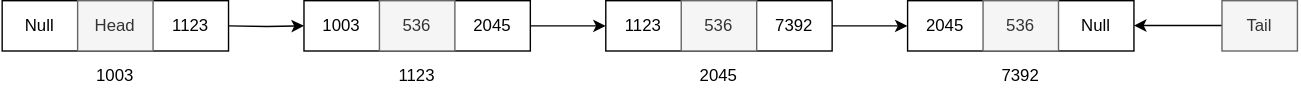
Above: images/linked list/Doubly Linked List.svg in DeekshaPhaneendraReddyUmmadi/Data-Structures-And-Algorithms (draw.io), before the change. Source tidied: cells renumbered, new cells last; positions are measured from the earlier drawing's top-left corner, leaving out a move shared by most shapes.
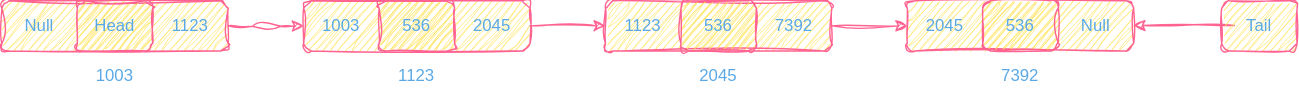
The same file after the commit.

Change to the diagram source:
```diff
@@ -2,90 +2,90 @@
   <root>
     <mxCell id="0" />
     <mxCell id="1" parent="0" />
-    <mxCell id="2" style="rounded=0;whiteSpace=wrap;html=1;" parent="1" vertex="1">
+    <mxCell id="2" style="rounded=1;whiteSpace=wrap;html=1;sketch=1;curveFitting=1;jiggle=2;labelBackgroundColor=none;fillColor=#FFE45E;strokeColor=#FF6392;fontColor=#5AA9E6;" parent="1" vertex="1">
       <mxGeometry width="162" height="36" as="geometry" />
     </mxCell>
-    <mxCell id="3" value="Head" style="text;html=1;align=center;verticalAlign=middle;whiteSpace=wrap;rounded=0;fillColor=#f5f5f5;fontColor=#333333;strokeColor=#666666;" parent="1" vertex="1">
+    <mxCell id="3" value="Head" style="text;html=1;align=center;verticalAlign=middle;whiteSpace=wrap;rounded=1;fillColor=#FFE45E;fontColor=#5AA9E6;strokeColor=#FF6392;sketch=1;curveFitting=1;jiggle=2;labelBackgroundColor=none;" parent="1" vertex="1">
       <mxGeometry x="54" width="54" height="36" as="geometry" />
     </mxCell>
-    <mxCell id="4" style="edgeStyle=orthogonalEdgeStyle;rounded=0;jettySize=auto;html=1;" parent="1" edge="1" target="8">
+    <mxCell id="4" style="edgeStyle=orthogonalEdgeStyle;rounded=1;jettySize=auto;html=1;sketch=1;curveFitting=1;jiggle=2;labelBackgroundColor=none;strokeColor=#FF6392;fontColor=default;" parent="1" edge="1" target="8">
       <mxGeometry relative="1" as="geometry">
         <mxPoint x="162" y="18" as="sourcePoint" />
       </mxGeometry>
     </mxCell>
-    <mxCell id="5" value="Null" style="text;html=1;align=center;verticalAlign=middle;whiteSpace=wrap;rounded=0;" parent="1" vertex="1">
+    <mxCell id="5" value="Null" style="text;html=1;align=center;verticalAlign=middle;whiteSpace=wrap;rounded=1;sketch=1;curveFitting=1;jiggle=2;labelBackgroundColor=none;fontColor=#5AA9E6;" parent="1" vertex="1">
       <mxGeometry width="54" height="36" as="geometry" />
     </mxCell>
-    <mxCell id="6" style="rounded=0;whiteSpace=wrap;html=1;" parent="1" vertex="1">
+    <mxCell id="6" style="rounded=1;whiteSpace=wrap;html=1;sketch=1;curveFitting=1;jiggle=2;labelBackgroundColor=none;fillColor=#FFE45E;strokeColor=#FF6392;fontColor=#5AA9E6;" parent="1" vertex="1">
       <mxGeometry x="216" width="162" height="36" as="geometry" />
     </mxCell>
-    <mxCell id="7" value="536" style="text;html=1;align=center;verticalAlign=middle;whiteSpace=wrap;rounded=0;fillColor=#f5f5f5;fontColor=#333333;strokeColor=#666666;" parent="1" vertex="1">
+    <mxCell id="7" value="536" style="text;html=1;align=center;verticalAlign=middle;whiteSpace=wrap;rounded=1;fillColor=#FFE45E;fontColor=#5AA9E6;strokeColor=#FF6392;sketch=1;curveFitting=1;jiggle=2;labelBackgroundColor=none;" parent="1" vertex="1">
       <mxGeometry x="270" width="54" height="36" as="geometry" />
     </mxCell>
-    <mxCell id="8" value="1003" style="text;html=1;align=center;verticalAlign=middle;whiteSpace=wrap;rounded=0;" parent="1" vertex="1">
+    <mxCell id="8" value="1003" style="text;html=1;align=center;verticalAlign=middle;whiteSpace=wrap;rounded=1;sketch=1;curveFitting=1;jiggle=2;labelBackgroundColor=none;fontColor=#5AA9E6;" parent="1" vertex="1">
       <mxGeometry x="216" width="54" height="36" as="geometry" />
     </mxCell>
-    <mxCell id="9" value="1003" style="text;html=1;align=center;verticalAlign=middle;whiteSpace=wrap;rounded=0;" parent="1" vertex="1">
+    <mxCell id="9" value="1003" style="text;html=1;align=center;verticalAlign=middle;whiteSpace=wrap;rounded=1;sketch=1;curveFitting=1;jiggle=2;labelBackgroundColor=none;fontColor=#5AA9E6;" parent="1" vertex="1">
       <mxGeometry x="54" y="36" width="54" height="36" as="geometry" />
     </mxCell>
-    <mxCell id="10" value="1123" style="text;html=1;align=center;verticalAlign=middle;whiteSpace=wrap;rounded=0;" parent="1" vertex="1">
+    <mxCell id="10" value="1123" style="text;html=1;align=center;verticalAlign=middle;whiteSpace=wrap;rounded=1;sketch=1;curveFitting=1;jiggle=2;labelBackgroundColor=none;fontColor=#5AA9E6;" parent="1" vertex="1">
       <mxGeometry x="270" y="36" width="54" height="36" as="geometry" />
     </mxCell>
-    <mxCell id="11" style="edgeStyle=orthogonalEdgeStyle;rounded=0;orthogonalLoop=1;jettySize=auto;html=1;" parent="1" edge="1">
+    <mxCell id="11" style="edgeStyle=orthogonalEdgeStyle;rounded=1;orthogonalLoop=1;jettySize=auto;html=1;sketch=1;curveFitting=1;jiggle=2;labelBackgroundColor=none;strokeColor=#FF6392;fontColor=default;" parent="1" edge="1">
       <mxGeometry relative="1" as="geometry">
         <mxPoint x="378" y="18" as="sourcePoint" />
         <mxPoint x="432" y="18" as="targetPoint" />
       </mxGeometry>
     </mxCell>
-    <mxCell id="12" style="rounded=0;whiteSpace=wrap;html=1;" parent="1" vertex="1">
+    <mxCell id="12" style="rounded=1;whiteSpace=wrap;html=1;sketch=1;curveFitting=1;jiggle=2;labelBackgroundColor=none;fillColor=#FFE45E;strokeColor=#FF6392;fontColor=#5AA9E6;" parent="1" vertex="1">
       <mxGeometry x="432" width="162" height="36" as="geometry" />
     </mxCell>
-    <mxCell id="13" value="536" style="text;html=1;align=center;verticalAlign=middle;whiteSpace=wrap;rounded=0;fillColor=#f5f5f5;fontColor=#333333;strokeColor=#666666;" parent="1" vertex="1">
+    <mxCell id="13" value="536" style="text;html=1;align=center;verticalAlign=middle;whiteSpace=wrap;rounded=1;fillColor=#FFE45E;fontColor=#5AA9E6;strokeColor=#FF6392;sketch=1;curveFitting=1;jiggle=2;labelBackgroundColor=none;" parent="1" vertex="1">
       <mxGeometry x="486" width="54" height="36" as="geometry" />
     </mxCell>
-    <mxCell id="14" value="2045" style="text;html=1;align=center;verticalAlign=middle;whiteSpace=wrap;rounded=0;" parent="1" vertex="1">
+    <mxCell id="14" value="2045" style="text;html=1;align=center;verticalAlign=middle;whiteSpace=wrap;rounded=1;sketch=1;curveFitting=1;jiggle=2;labelBackgroundColor=none;fontColor=#5AA9E6;" parent="1" vertex="1">
       <mxGeometry x="486" y="36" width="54" height="36" as="geometry" />
     </mxCell>
-    <mxCell id="15" style="edgeStyle=orthogonalEdgeStyle;rounded=0;orthogonalLoop=1;jettySize=auto;html=1;" parent="1" edge="1">
+    <mxCell id="15" style="edgeStyle=orthogonalEdgeStyle;rounded=1;orthogonalLoop=1;jettySize=auto;html=1;sketch=1;curveFitting=1;jiggle=2;labelBackgroundColor=none;strokeColor=#FF6392;fontColor=default;" parent="1" edge="1">
       <mxGeometry relative="1" as="geometry">
         <mxPoint x="594" y="18" as="sourcePoint" />
         <mxPoint x="648" y="18" as="targetPoint" />
       </mxGeometry>
     </mxCell>
-    <mxCell id="16" style="rounded=0;whiteSpace=wrap;html=1;" parent="1" vertex="1">
+    <mxCell id="16" style="rounded=1;whiteSpace=wrap;html=1;sketch=1;curveFitting=1;jiggle=2;labelBackgroundColor=none;fillColor=#FFE45E;strokeColor=#FF6392;fontColor=#5AA9E6;" parent="1" vertex="1">
       <mxGeometry x="648" width="162" height="36" as="geometry" />
     </mxCell>
-    <mxCell id="17" value="536" style="text;html=1;align=center;verticalAlign=middle;whiteSpace=wrap;rounded=0;fillColor=#f5f5f5;fontColor=#333333;strokeColor=#666666;" parent="1" vertex="1">
+    <mxCell id="17" value="536" style="text;html=1;align=center;verticalAlign=middle;whiteSpace=wrap;rounded=1;fillColor=#FFE45E;fontColor=#5AA9E6;strokeColor=#FF6392;sketch=1;curveFitting=1;jiggle=2;labelBackgroundColor=none;" parent="1" vertex="1">
       <mxGeometry x="702" width="54" height="36" as="geometry" />
     </mxCell>
-    <mxCell id="18" value="7392" style="text;html=1;align=center;verticalAlign=middle;whiteSpace=wrap;rounded=0;" parent="1" vertex="1">
+    <mxCell id="18" value="7392" style="text;html=1;align=center;verticalAlign=middle;whiteSpace=wrap;rounded=1;sketch=1;curveFitting=1;jiggle=2;labelBackgroundColor=none;fontColor=#5AA9E6;" parent="1" vertex="1">
       <mxGeometry x="702" y="36" width="54" height="36" as="geometry" />
     </mxCell>
-    <mxCell id="19" value="Null" style="text;html=1;align=center;verticalAlign=middle;whiteSpace=wrap;rounded=0;" parent="1" vertex="1">
+    <mxCell id="19" value="Null" style="text;html=1;align=center;verticalAlign=middle;whiteSpace=wrap;rounded=1;sketch=1;curveFitting=1;jiggle=2;labelBackgroundColor=none;fontColor=#5AA9E6;" parent="1" vertex="1">
       <mxGeometry x="756" width="54" height="36" as="geometry" />
     </mxCell>
-    <mxCell id="20" value="7392" style="text;html=1;align=center;verticalAlign=middle;whiteSpace=wrap;rounded=0;" parent="1" vertex="1">
+    <mxCell id="20" value="7392" style="text;html=1;align=center;verticalAlign=middle;whiteSpace=wrap;rounded=1;sketch=1;curveFitting=1;jiggle=2;labelBackgroundColor=none;fontColor=#5AA9E6;" parent="1" vertex="1">
       <mxGeometry x="540" width="54" height="36" as="geometry" />
     </mxCell>
-    <mxCell id="21" value="2045" style="text;html=1;align=center;verticalAlign=middle;whiteSpace=wrap;rounded=0;" parent="1" vertex="1">
+    <mxCell id="21" value="2045" style="text;html=1;align=center;verticalAlign=middle;whiteSpace=wrap;rounded=1;sketch=1;curveFitting=1;jiggle=2;labelBackgroundColor=none;fontColor=#5AA9E6;" parent="1" vertex="1">
       <mxGeometry x="324" width="54" height="36" as="geometry" />
     </mxCell>
-    <mxCell id="22" value="1123" style="text;html=1;align=center;verticalAlign=middle;whiteSpace=wrap;rounded=0;" parent="1" vertex="1">
+    <mxCell id="22" value="1123" style="text;html=1;align=center;verticalAlign=middle;whiteSpace=wrap;rounded=1;sketch=1;curveFitting=1;jiggle=2;labelBackgroundColor=none;fontColor=#5AA9E6;" parent="1" vertex="1">
       <mxGeometry x="108" width="54" height="36" as="geometry" />
     </mxCell>
-    <mxCell id="23" value="2045" style="text;html=1;align=center;verticalAlign=middle;whiteSpace=wrap;rounded=0;" parent="1" vertex="1">
+    <mxCell id="23" value="2045" style="text;html=1;align=center;verticalAlign=middle;whiteSpace=wrap;rounded=1;sketch=1;curveFitting=1;jiggle=2;labelBackgroundColor=none;fontColor=#5AA9E6;" parent="1" vertex="1">
       <mxGeometry x="648" width="54" height="36" as="geometry" />
     </mxCell>
-    <mxCell id="24" value="1123" style="text;html=1;align=center;verticalAlign=middle;whiteSpace=wrap;rounded=0;" parent="1" vertex="1">
+    <mxCell id="24" value="1123" style="text;html=1;align=center;verticalAlign=middle;whiteSpace=wrap;rounded=1;sketch=1;curveFitting=1;jiggle=2;labelBackgroundColor=none;fontColor=#5AA9E6;" parent="1" vertex="1">
       <mxGeometry x="432" width="54" height="36" as="geometry" />
     </mxCell>
-    <mxCell id="25" style="endArrow=classic;html=1;rounded=0;" parent="1" edge="1">
+    <mxCell id="25" style="endArrow=classic;html=1;rounded=1;sketch=1;curveFitting=1;jiggle=2;labelBackgroundColor=none;strokeColor=#FF6392;fontColor=default;" parent="1" edge="1">
       <mxGeometry relative="1" as="geometry">
         <mxPoint x="882" y="17.8" as="sourcePoint" />
         <mxPoint x="810" y="17.8" as="targetPoint" />
       </mxGeometry>
     </mxCell>
-    <mxCell id="26" value="Tail" style="text;html=1;align=center;verticalAlign=middle;whiteSpace=wrap;rounded=0;fillColor=#f5f5f5;fontColor=#333333;strokeColor=#666666;" parent="1" vertex="1">
+    <mxCell id="26" value="Tail" style="text;html=1;align=center;verticalAlign=middle;whiteSpace=wrap;rounded=1;fillColor=#FFE45E;fontColor=#5AA9E6;strokeColor=#FF6392;sketch=1;curveFitting=1;jiggle=2;labelBackgroundColor=none;" parent="1" vertex="1">
       <mxGeometry x="873" width="54" height="36" as="geometry" />
     </mxCell>
   </root>
```
